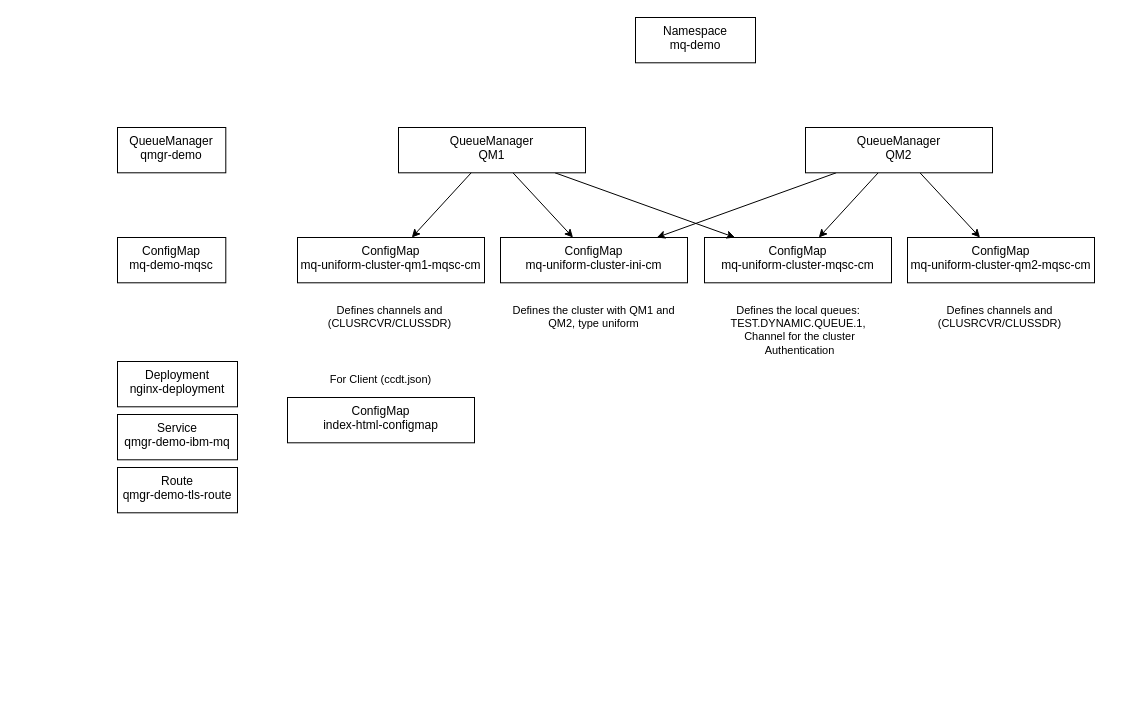
This is page "MQ Demo" (5 of 8) of doc/design.drawio from ADesprets/cp4i-install, a draw.io file, before an edit. Source tidied: cells renumbered, new cells numbered last; positions are measured from the earlier drawing's top-left corner, leaving out a move shared by most shapes. Both pictures are drawn from the tidied source at 100%, with x=0, y=0 at pixel (117, 17).
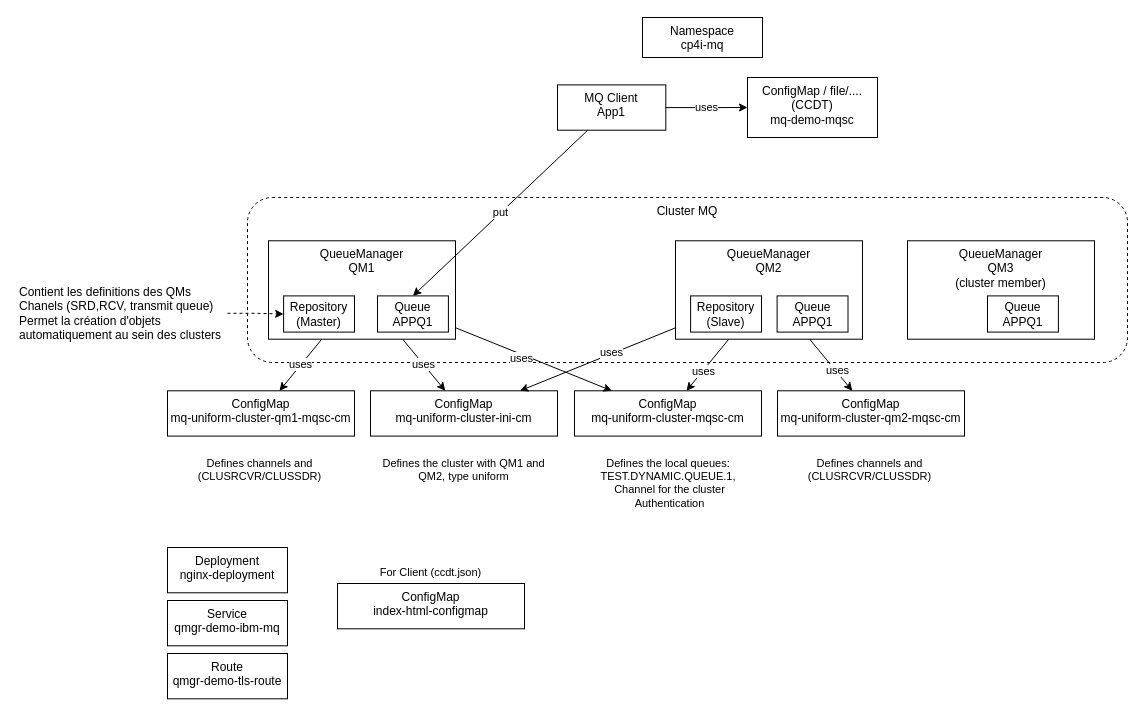
Above is the later version.

The change refers to these unchanged cells:
```xml
<mxCell id="14" style="edgeStyle=none;rounded=0;jettySize=auto;html=1;strokeColor=default;align=center;verticalAlign=middle;fontFamily=Helvetica;fontSize=11;fontColor=default;labelBackgroundColor=default;endArrow=classic;" parent="1" edge="1" source="15" target="4">
  <mxGeometry relative="1" as="geometry" />
</mxCell>
<mxCell id="16" style="edgeStyle=none;rounded=0;jettySize=auto;html=1;strokeColor=default;align=center;verticalAlign=middle;fontFamily=Helvetica;fontSize=11;fontColor=default;labelBackgroundColor=default;endArrow=classic;" parent="1" edge="1" source="19" target="4">
  <mxGeometry relative="1" as="geometry" />
</mxCell>
<mxCell id="17" style="edgeStyle=none;rounded=0;jettySize=auto;html=1;strokeColor=default;align=center;verticalAlign=middle;fontFamily=Helvetica;fontSize=11;fontColor=default;labelBackgroundColor=default;endArrow=classic;" parent="1" edge="1" source="19" target="3">
  <mxGeometry relative="1" as="geometry" />
</mxCell>
<mxCell id="18" style="edgeStyle=none;rounded=0;jettySize=auto;html=1;strokeColor=default;align=center;verticalAlign=middle;fontFamily=Helvetica;fontSize=11;fontColor=default;labelBackgroundColor=default;endArrow=classic;" parent="1" edge="1" source="19" target="6">
  <mxGeometry relative="1" as="geometry" />
</mxCell>
```

What changed in the source:
```diff
@@
-    <mxCell id="2" value="ConfigMap&lt;div&gt;mq-demo-mqsc&lt;/div&gt;" style="rounded=0;whiteSpace=wrap;html=1;verticalAlign=top;" parent="1" vertex="1">
-      <mxGeometry y="220" width="108.3" height="45.3" as="geometry" />
-    </mxCell>
+    <mxCell id="26" value="Cluster MQ" style="rounded=1;whiteSpace=wrap;html=1;verticalAlign=top;dashed=1;" parent="1" vertex="1">
+      <mxGeometry x="130" y="180" width="880" height="165" as="geometry" />
+    </mxCell>
     <mxCell id="3" value="ConfigMap&lt;div&gt;mq-uniform-cluster-ini-cm&lt;/div&gt;" style="rounded=0;whiteSpace=wrap;html=1;verticalAlign=top;" parent="1" vertex="1">
-      <mxGeometry x="383" y="220" width="187" height="45.3" as="geometry" />
+      <mxGeometry x="253" y="373.3" width="187" height="45.3" as="geometry" />
     </mxCell>
     <mxCell id="4" value="ConfigMap&lt;div&gt;mq-uniform-cluster-mqsc-cm&lt;/div&gt;" style="rounded=0;whiteSpace=wrap;html=1;verticalAlign=top;" parent="1" vertex="1">
-      <mxGeometry x="587" y="220" width="187" height="45.3" as="geometry" />
+      <mxGeometry x="457" y="373.3" width="187" height="45.3" as="geometry" />
     </mxCell>
     <mxCell id="5" value="ConfigMap&lt;div&gt;mq-uniform-cluster-qm1-mqsc-cm&lt;/div&gt;" style="rounded=0;whiteSpace=wrap;html=1;verticalAlign=top;" parent="1" vertex="1">
-      <mxGeometry x="180" y="220" width="187" height="45.3" as="geometry" />
+      <mxGeometry x="50" y="373.3" width="187" height="45.3" as="geometry" />
     </mxCell>
     <mxCell id="6" value="ConfigMap&lt;div&gt;mq-uniform-cluster-qm2-mqsc-cm&lt;/div&gt;" style="rounded=0;whiteSpace=wrap;html=1;verticalAlign=top;" parent="1" vertex="1">
-      <mxGeometry x="790" y="220" width="187" height="45.3" as="geometry" />
+      <mxGeometry x="660" y="373.3" width="187" height="45.3" as="geometry" />
     </mxCell>
     <mxCell id="7" value="ConfigMap&lt;div&gt;index-html-configmap&lt;/div&gt;" style="rounded=0;whiteSpace=wrap;html=1;verticalAlign=top;" parent="1" vertex="1">
-      <mxGeometry x="170" y="380" width="187" height="45.3" as="geometry" />
+      <mxGeometry x="220" y="566" width="187" height="45.3" as="geometry" />
     </mxCell>
-    <mxCell id="8" value="&lt;div&gt;Namespace&lt;/div&gt;&lt;div&gt;mq-demo&lt;/div&gt;" style="rounded=0;whiteSpace=wrap;html=1;verticalAlign=top;" parent="1" vertex="1">
-      <mxGeometry x="518" width="120" height="45.3" as="geometry" />
+    <mxCell id="8" value="&lt;div&gt;Namespace&lt;/div&gt;&lt;div&gt;cp4i-mq&lt;/div&gt;" style="rounded=0;whiteSpace=wrap;html=1;verticalAlign=top;" parent="1" vertex="1">
+      <mxGeometry x="525" width="120" height="40" as="geometry" />
     </mxCell>
     <mxCell id="9" value="&lt;div&gt;Route&lt;/div&gt;&lt;div&gt;qmgr-demo-tls-route&lt;/div&gt;" style="rounded=0;whiteSpace=wrap;html=1;verticalAlign=top;" parent="1" vertex="1">
-      <mxGeometry y="450" width="120" height="45.3" as="geometry" />
+      <mxGeometry x="50" y="636" width="120" height="45.3" as="geometry" />
     </mxCell>
     <mxCell id="10" value="&lt;div&gt;&lt;span style=&quot;background-color: initial;&quot;&gt;Service&lt;/span&gt;&lt;br&gt;&lt;/div&gt;&lt;div&gt;&lt;span style=&quot;background-color: initial;&quot;&gt;qmgr-demo-ibm-mq&lt;br&gt;&lt;/span&gt;&lt;/div&gt;" style="rounded=0;whiteSpace=wrap;html=1;verticalAlign=top;" parent="1" vertex="1">
-      <mxGeometry y="397" width="120" height="45.3" as="geometry" />
+      <mxGeometry x="50" y="583" width="120" height="45.3" as="geometry" />
     </mxCell>
     <mxCell id="11" value="&lt;div&gt;Deployment&lt;br&gt;&lt;/div&gt;&lt;div&gt;&lt;span style=&quot;background-color: initial;&quot;&gt;nginx-deployment&lt;br&gt;&lt;/span&gt;&lt;/div&gt;" style="rounded=0;whiteSpace=wrap;html=1;verticalAlign=top;" parent="1" vertex="1">
-      <mxGeometry y="344" width="120" height="45.3" as="geometry" />
+      <mxGeometry x="50" y="530" width="120" height="45.3" as="geometry" />
     </mxCell>
+    <mxCell id="27" value="uses" style="edgeStyle=orthogonalEdgeStyle;rounded=0;jettySize=auto;html=1;" parent="1" edge="1" source="12" target="35">
+      <mxGeometry relative="1" as="geometry" />
+    </mxCell>
-    <mxCell id="12" value="QueueManager&lt;br&gt;&lt;div&gt;qmgr-demo&lt;/div&gt;" style="rounded=0;whiteSpace=wrap;html=1;verticalAlign=top;" parent="1" vertex="1">
-      <mxGeometry y="110" width="108.3" height="45.3" as="geometry" />
+    <mxCell id="12" value="MQ Client&lt;div&gt;App1&lt;/div&gt;" style="rounded=0;whiteSpace=wrap;html=1;verticalAlign=top;" parent="1" vertex="1">
+      <mxGeometry x="440" y="67.4" width="108.3" height="45.3" as="geometry" />
     </mxCell>
-    <mxCell id="13" style="edgeStyle=none;rounded=0;jettySize=auto;html=1;strokeColor=default;align=center;verticalAlign=middle;fontFamily=Helvetica;fontSize=11;fontColor=default;labelBackgroundColor=default;endArrow=classic;" parent="1" edge="1" source="15" target="3">
+    <mxCell id="13" value="uses" style="edgeStyle=none;rounded=0;jettySize=auto;html=1;strokeColor=default;align=center;verticalAlign=middle;fontFamily=Helvetica;fontSize=11;fontColor=default;labelBackgroundColor=default;endArrow=classic;" parent="1" edge="1" source="15" target="3">
       <mxGeometry relative="1" as="geometry" />
     </mxCell>
@@
+    <mxCell id="28" value="uses" style="edgeLabel;html=1;align=center;verticalAlign=middle;" parent="14" vertex="1">
+      <mxGeometry x="-0.15" y="-4" relative="1" as="geometry" />
+    </mxCell>
     <mxCell id="15" value="QueueManager&lt;br&gt;&lt;div&gt;QM1&lt;/div&gt;" style="rounded=0;whiteSpace=wrap;html=1;verticalAlign=top;" parent="1" vertex="1">
-      <mxGeometry x="281" y="110" width="187" height="45.3" as="geometry" />
+      <mxGeometry x="151" y="223.3" width="187" height="98.4" as="geometry" />
     </mxCell>
@@
+    <mxCell id="29" value="uses" style="edgeLabel;html=1;align=center;verticalAlign=middle;" parent="16" vertex="1">
+      <mxGeometry x="0.24" relative="1" as="geometry" />
+    </mxCell>
@@
+    <mxCell id="30" value="uses" style="edgeLabel;html=1;align=center;verticalAlign=middle;" parent="17" vertex="1">
+      <mxGeometry x="-0.18" y="-2" relative="1" as="geometry" />
+    </mxCell>
@@
+    <mxCell id="31" value="uses" style="edgeLabel;html=1;align=center;verticalAlign=middle;" parent="18" vertex="1">
+      <mxGeometry x="0.24" y="2" relative="1" as="geometry" />
+    </mxCell>
     <mxCell id="19" value="QueueManager&lt;br&gt;&lt;div&gt;QM2&lt;/div&gt;" style="rounded=0;whiteSpace=wrap;html=1;verticalAlign=top;" parent="1" vertex="1">
-      <mxGeometry x="688" y="110" width="187" height="45.3" as="geometry" />
+      <mxGeometry x="558" y="223.3" width="187" height="98.4" as="geometry" />
     </mxCell>
-    <mxCell id="20" style="rounded=0;jettySize=auto;html=1;" parent="1" edge="1" source="15" target="5">
+    <mxCell id="20" value="uses" style="rounded=0;jettySize=auto;html=1;" parent="1" edge="1" source="15" target="5">
       <mxGeometry relative="1" as="geometry" />
     </mxCell>
     <mxCell id="21" value="For Client (ccdt.json)" style="text;html=1;align=center;verticalAlign=middle;whiteSpace=wrap;rounded=0;fontFamily=Helvetica;fontSize=11;fontColor=default;labelBackgroundColor=default;" parent="1" vertex="1">
-      <mxGeometry x="171" y="347" width="185" height="30" as="geometry" />
+      <mxGeometry x="221" y="546.7" width="185" height="16.3" as="geometry" />
     </mxCell>
     <mxCell id="22" value="Defines the cluster with QM1 and QM2, type uniform" style="text;html=1;align=center;verticalAlign=top;whiteSpace=wrap;rounded=0;fontFamily=Helvetica;fontSize=11;fontColor=default;labelBackgroundColor=default;" parent="1" vertex="1">
-      <mxGeometry x="384" y="280" width="185" height="67.3" as="geometry" />
+      <mxGeometry x="254" y="433.3" width="185" height="67.3" as="geometry" />
     </mxCell>
     <mxCell id="23" value="Defines channels and (CLUSRCVR/CLUSSDR)" style="text;html=1;align=center;verticalAlign=top;whiteSpace=wrap;rounded=0;fontFamily=Helvetica;fontSize=11;fontColor=default;labelBackgroundColor=default;" parent="1" vertex="1">
-      <mxGeometry x="180" y="280" width="185" height="67.3" as="geometry" />
+      <mxGeometry x="50" y="433.3" width="185" height="67.3" as="geometry" />
     </mxCell>
     <mxCell id="24" value="Defines channels and (CLUSRCVR/CLUSSDR)" style="text;html=1;align=center;verticalAlign=top;whiteSpace=wrap;rounded=0;fontFamily=Helvetica;fontSize=11;fontColor=default;labelBackgroundColor=default;" parent="1" vertex="1">
-      <mxGeometry x="790" y="280" width="185" height="67.3" as="geometry" />
+      <mxGeometry x="660" y="433.3" width="185" height="67.3" as="geometry" />
     </mxCell>
     <mxCell id="25" value="Defines the local queues:&amp;nbsp; TEST.DYNAMIC.QUEUE.1,&amp;nbsp;&lt;div&gt;Channel for the cluster&lt;/div&gt;&lt;div&gt;Authentication&lt;/div&gt;&lt;div&gt;&lt;br&gt;&lt;/div&gt;" style="text;html=1;align=center;verticalAlign=top;whiteSpace=wrap;rounded=0;fontFamily=Helvetica;fontSize=11;fontColor=default;labelBackgroundColor=default;" parent="1" vertex="1">
-      <mxGeometry x="590" y="280" width="185" height="67.3" as="geometry" />
+      <mxGeometry x="460" y="433.3" width="185" height="67.3" as="geometry" />
     </mxCell>
+    <mxCell id="32" value="QueueManager&lt;br&gt;&lt;div&gt;QM3&lt;/div&gt;&lt;div&gt;&lt;span style=&quot;background-color: initial;&quot;&gt;(cluster member)&lt;/span&gt;&lt;br&gt;&lt;/div&gt;" style="rounded=0;whiteSpace=wrap;html=1;verticalAlign=top;" parent="1" vertex="1">
+      <mxGeometry x="790" y="223.3" width="187" height="98.4" as="geometry" />
+    </mxCell>
+    <mxCell id="33" value="Repository&lt;div&gt;(Master)&lt;/div&gt;" style="rounded=0;whiteSpace=wrap;html=1;" parent="1" vertex="1">
+      <mxGeometry x="166.1" y="278.4" width="70.9" height="36.2" as="geometry" />
+    </mxCell>
+    <mxCell id="34" value="Repository&lt;div&gt;(Slave)&lt;/div&gt;" style="rounded=0;whiteSpace=wrap;html=1;" parent="1" vertex="1">
+      <mxGeometry x="573.1" y="278.4" width="70.9" height="36.2" as="geometry" />
+    </mxCell>
+    <mxCell id="35" value="ConfigMap / file/....&lt;div&gt;(CCDT)&lt;br&gt;&lt;div&gt;mq-demo-mqsc&lt;/div&gt;&lt;/div&gt;" style="rounded=0;whiteSpace=wrap;html=1;verticalAlign=top;" parent="1" vertex="1">
+      <mxGeometry x="630" y="60" width="130" height="60" as="geometry" />
+    </mxCell>
+    <mxCell id="36" value="Queue&lt;div&gt;APPQ1&lt;br&gt;&lt;/div&gt;" style="rounded=0;whiteSpace=wrap;html=1;" parent="1" vertex="1">
+      <mxGeometry x="260" y="278.4" width="70.9" height="36.2" as="geometry" />
+    </mxCell>
+    <mxCell id="37" value="Queue&lt;div&gt;APPQ1&lt;br&gt;&lt;/div&gt;" style="rounded=0;whiteSpace=wrap;html=1;" parent="1" vertex="1">
+      <mxGeometry x="659.6" y="278.4" width="70.9" height="36.2" as="geometry" />
+    </mxCell>
+    <mxCell id="38" value="Queue&lt;div&gt;APPQ1&lt;br&gt;&lt;/div&gt;" style="rounded=0;whiteSpace=wrap;html=1;" parent="1" vertex="1">
+      <mxGeometry x="870" y="278.4" width="70.9" height="36.2" as="geometry" />
+    </mxCell>
+    <mxCell id="39" value="put" style="rounded=0;jettySize=auto;html=1;entryX=0.5;entryY=0;entryDx=0;entryDy=0;" parent="1" edge="1" source="12" target="36">
+      <mxGeometry relative="1" as="geometry" />
+    </mxCell>
+    <mxCell id="40" style="edgeStyle=orthogonalEdgeStyle;rounded=0;jettySize=auto;html=1;entryX=0;entryY=0.5;entryDx=0;entryDy=0;dashed=1;" parent="1" edge="1" source="41" target="33">
+      <mxGeometry relative="1" as="geometry" />
+    </mxCell>
+    <mxCell id="41" value="Contient les definitions des QMs&lt;div&gt;Chanels (SRD,RCV, transmit queue)&lt;/div&gt;&lt;div&gt;Permet la création d'objets automatiquement au sein des clusters&amp;nbsp;&lt;/div&gt;" style="text;html=1;align=left;verticalAlign=middle;whiteSpace=wrap;rounded=0;" parent="1" vertex="1">
+      <mxGeometry x="-100" y="260" width="210" height="71.5" as="geometry" />
+    </mxCell>
```
